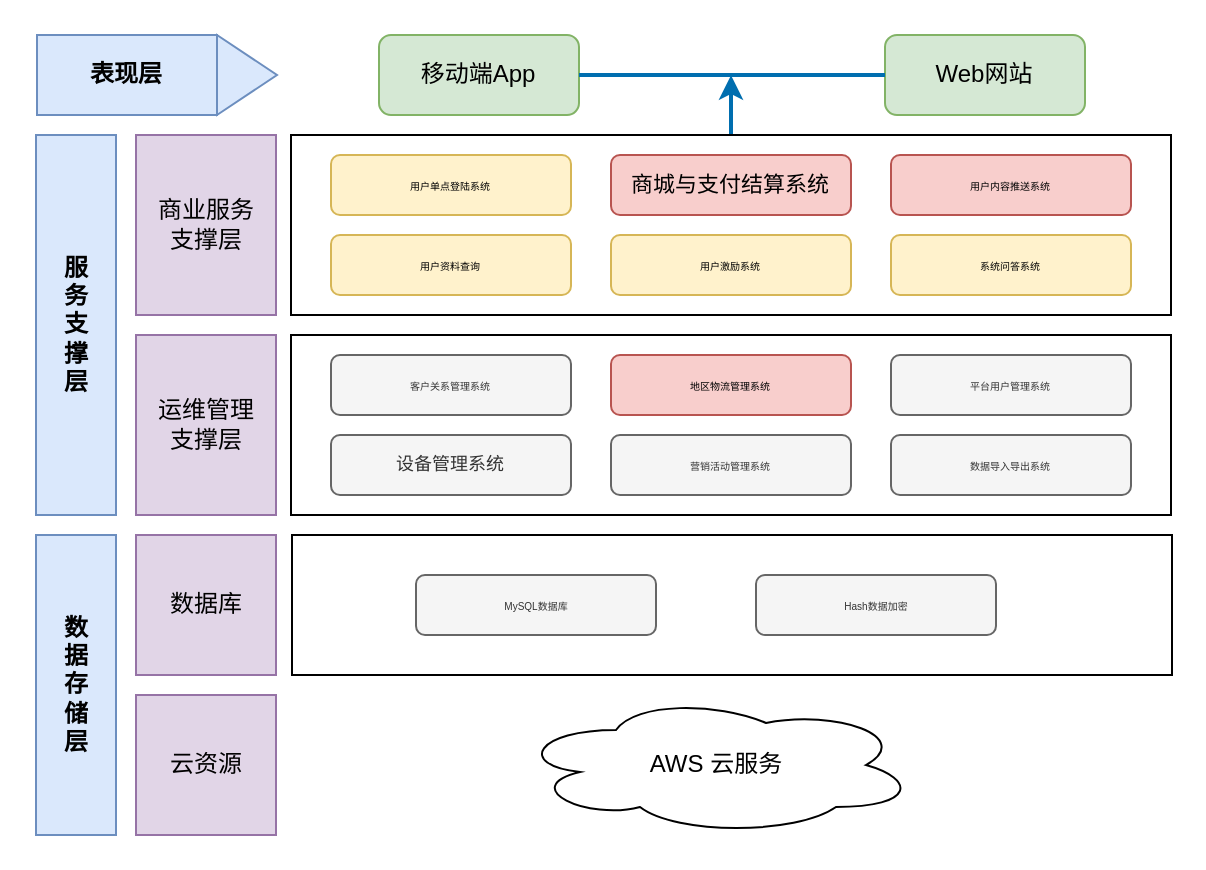
Earlier version of the draw.io diagram TCL_Architecture.drawio (1009351456/Anonymous). Source tidied: cells renumbered, new cells numbered last; positions are measured from the earlier drawing's top-left corner, leaving out a move shared by most shapes. Both pictures are drawn from the tidied source at 200%, with x=0, y=0 at pixel (36, 34).
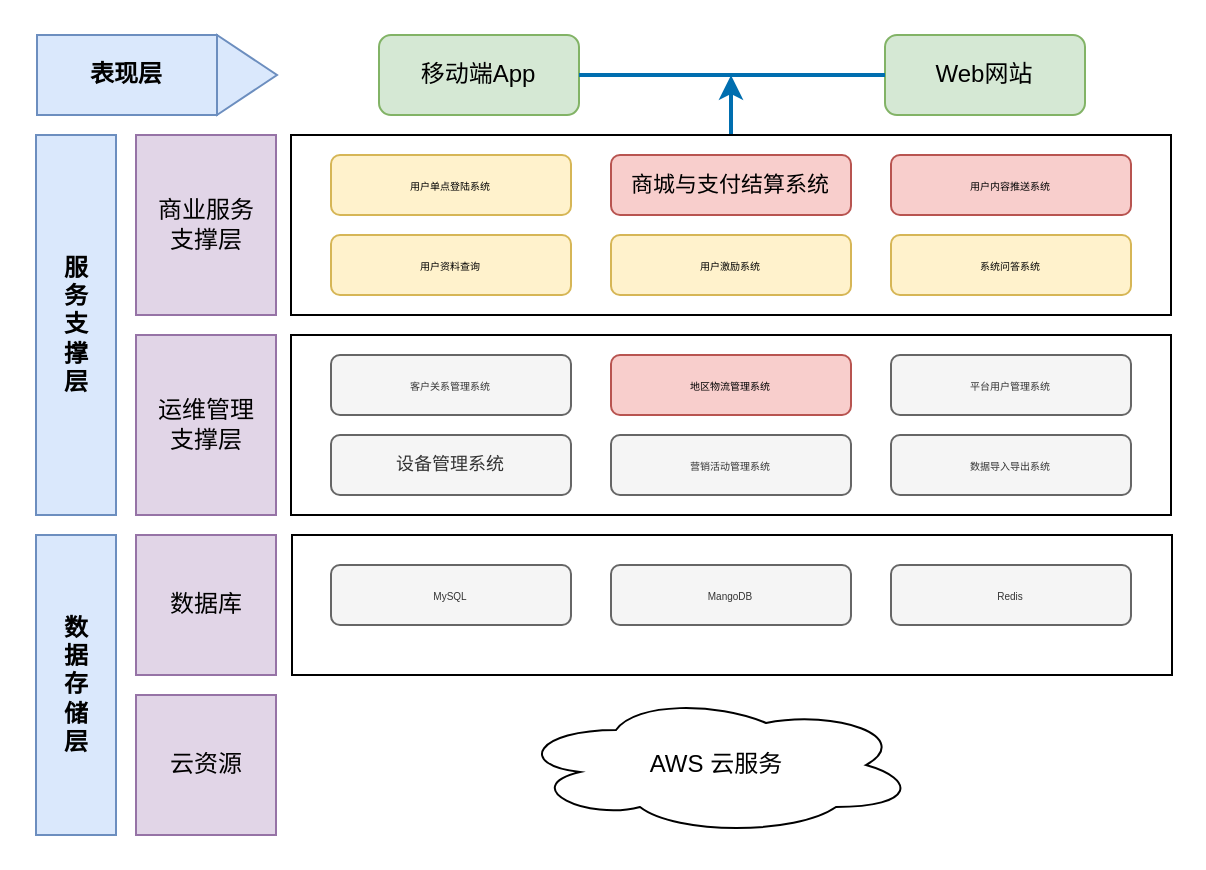
The same diagram, later.

Change to the diagram source:
```diff
@@
-    <mxCell id="15" value="MySQL数据库" style="rounded=1;whiteSpace=wrap;html=1;fillColor=#f5f5f5;strokeColor=#666666;fontColor=#333333;fontSize=5;" parent="1" vertex="1">
-      <mxGeometry x="189.5" y="270" width="120" height="30" as="geometry" />
+    <mxCell id="15" value="MySQL" style="rounded=1;whiteSpace=wrap;html=1;fillColor=#f5f5f5;strokeColor=#666666;fontColor=#333333;fontSize=5;" parent="1" vertex="1">
+      <mxGeometry x="147" y="265" width="120" height="30" as="geometry" />
     </mxCell>
@@
-    <mxCell id="18" value="Hash数据加密" style="rounded=1;whiteSpace=wrap;html=1;fillColor=#f5f5f5;strokeColor=#666666;fontColor=#333333;fontSize=5;" parent="1" vertex="1">
-      <mxGeometry x="359.5" y="270" width="120" height="30" as="geometry" />
+    <mxCell id="18" value="MangoDB" style="rounded=1;whiteSpace=wrap;html=1;fillColor=#f5f5f5;strokeColor=#666666;fontColor=#333333;fontSize=5;" parent="1" vertex="1">
+      <mxGeometry x="287" y="265" width="120" height="30" as="geometry" />
     </mxCell>
@@
+    <mxCell id="32" value="Redis" style="rounded=1;whiteSpace=wrap;html=1;fillColor=#f5f5f5;strokeColor=#666666;fontColor=#333333;fontSize=5;" parent="1" vertex="1">
+      <mxGeometry x="427" y="265" width="120" height="30" as="geometry" />
+    </mxCell>
```
